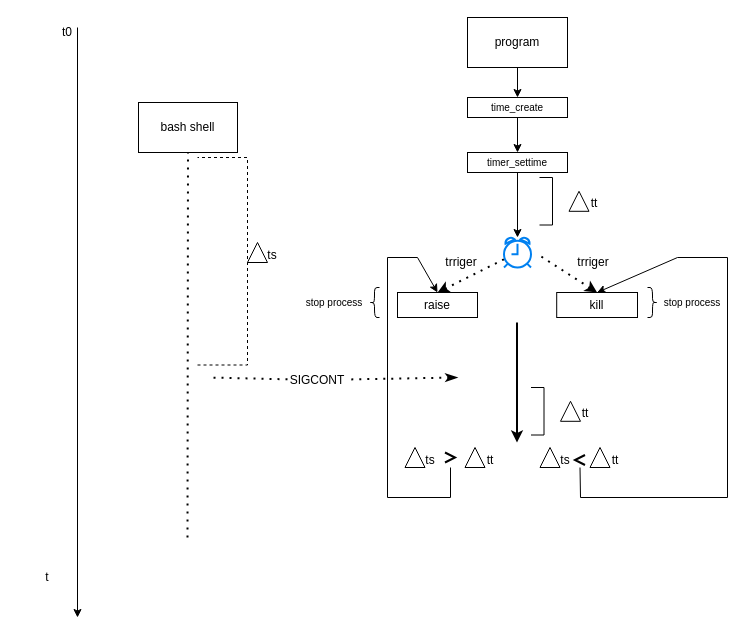
Earlier version of the draw.io diagram katalog/kill/raise.drawio (mateuszmedon/linux). Source tidied: cells renumbered, new cells numbered last; positions are measured from the earlier drawing's top-left corner, leaving out a move shared by most shapes. Both pictures are drawn from the tidied source at 100%, with x=0, y=0 at pixel (17, 17).
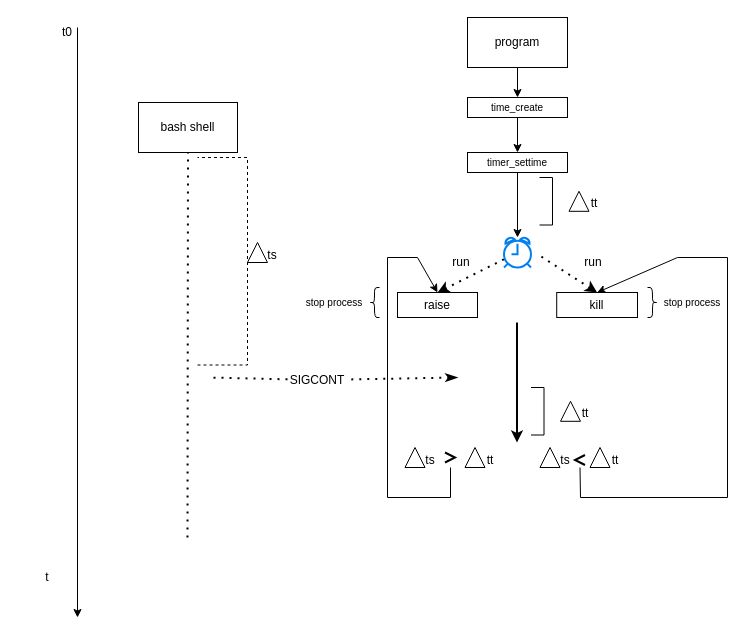
The same diagram, later.

Change to the diagram source:
```diff
@@
-    <mxCell id="31" value="trriger" style="text;html=1;strokeColor=none;fillColor=none;align=center;verticalAlign=middle;whiteSpace=wrap;rounded=0;" parent="1" vertex="1">
+    <mxCell id="31" value="run" style="text;html=1;strokeColor=none;fillColor=none;align=center;verticalAlign=middle;whiteSpace=wrap;rounded=0;" parent="1" vertex="1">
       <mxGeometry x="545.5" y="230" width="60" height="30" as="geometry" />
     </mxCell>
@@
-    <mxCell id="35" value="trriger" style="text;html=1;strokeColor=none;fillColor=none;align=center;verticalAlign=middle;whiteSpace=wrap;rounded=0;" parent="1" vertex="1">
+    <mxCell id="35" value="run" style="text;html=1;strokeColor=none;fillColor=none;align=center;verticalAlign=middle;whiteSpace=wrap;rounded=0;" parent="1" vertex="1">
       <mxGeometry x="414" y="230" width="60" height="30" as="geometry" />
     </mxCell>
```
